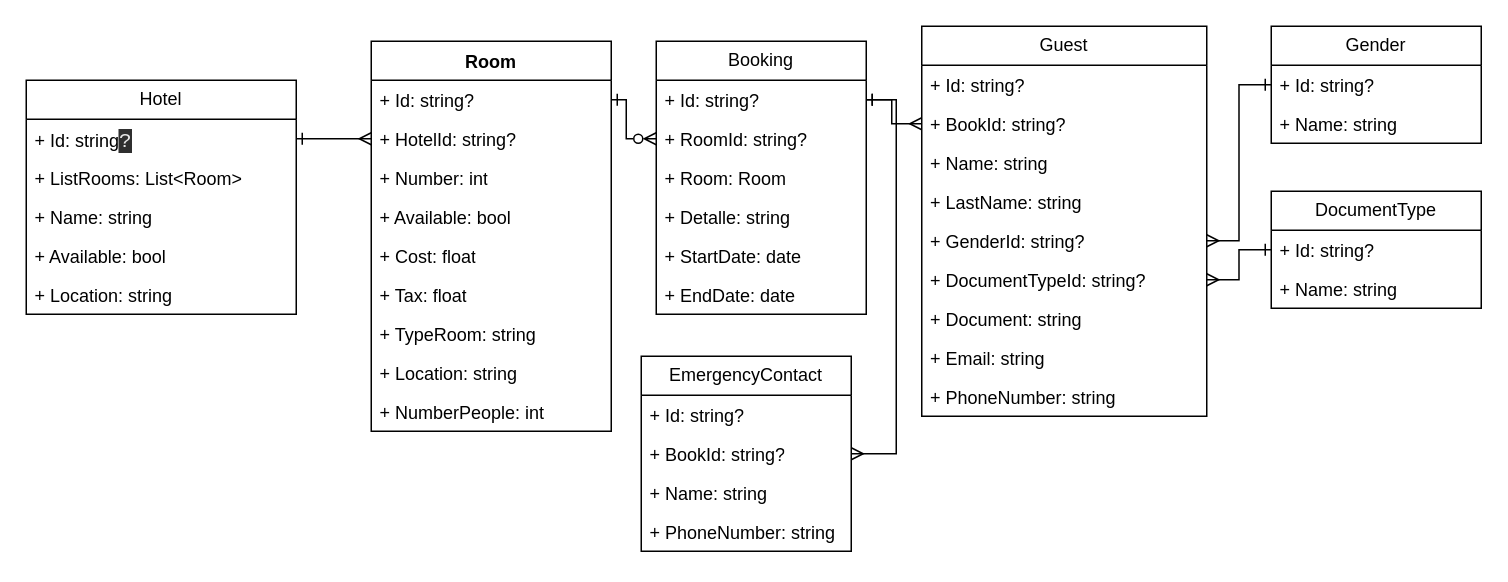
The draw.io diagram Diagrama sin título.drawio in Alejo215/AppHoteles, before the edit. Source tidied: cells renumbered, new cells numbered last; positions are measured from the earlier drawing's top-left corner, leaving out a move shared by most shapes. Both pictures are drawn from the tidied source at 150%, with x=0, y=0 at pixel (26, 26).
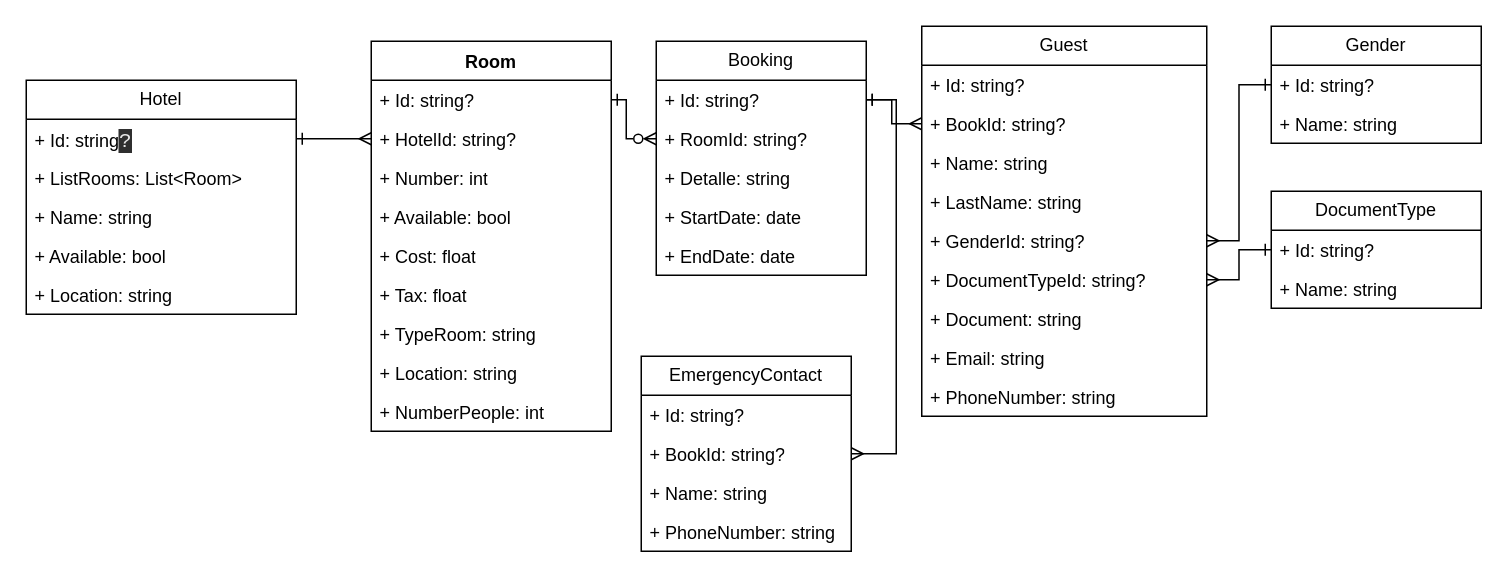
Above is the later version.

Commit message:
Se elimina coleccion de cuartos en la tabla de reservas

Diff of the diagram source:
```diff
@@
     <mxCell id="18" value="Booking" style="swimlane;fontStyle=0;horizontal=1;startSize=26;fillColor=none;whiteSpace=wrap;html=1;" parent="1" vertex="1">
-      <mxGeometry x="420" y="10" width="140" height="182" as="geometry" />
+      <mxGeometry x="420" y="10" width="140" height="156" as="geometry" />
     </mxCell>
@@
-    <mxCell id="21" value="+ Room: Room" style="text;strokeColor=none;fillColor=none;align=left;verticalAlign=top;spacingLeft=4;spacingRight=4;overflow=hidden;whiteSpace=wrap;html=1;" parent="18" vertex="1">
-      <mxGeometry y="78" width="140" height="26" as="geometry" />
-    </mxCell>
     <mxCell id="22" value="+ Detalle: string" style="text;strokeColor=none;fillColor=none;align=left;verticalAlign=top;spacingLeft=4;spacingRight=4;overflow=hidden;whiteSpace=wrap;html=1;" parent="18" vertex="1">
-      <mxGeometry y="104" width="140" height="26" as="geometry" />
+      <mxGeometry y="78" width="140" height="26" as="geometry" />
     </mxCell>
     <mxCell id="23" value="+ StartDate: date" style="text;strokeColor=none;fillColor=none;align=left;verticalAlign=top;spacingLeft=4;spacingRight=4;overflow=hidden;whiteSpace=wrap;html=1;" parent="18" vertex="1">
-      <mxGeometry y="130" width="140" height="26" as="geometry" />
+      <mxGeometry y="104" width="140" height="26" as="geometry" />
     </mxCell>
     <mxCell id="24" value="+ EndDate: date" style="text;strokeColor=none;fillColor=none;align=left;verticalAlign=top;spacingLeft=4;spacingRight=4;overflow=hidden;whiteSpace=wrap;html=1;" parent="18" vertex="1">
-      <mxGeometry y="156" width="140" height="26" as="geometry" />
+      <mxGeometry y="130" width="140" height="26" as="geometry" />
     </mxCell>
```
